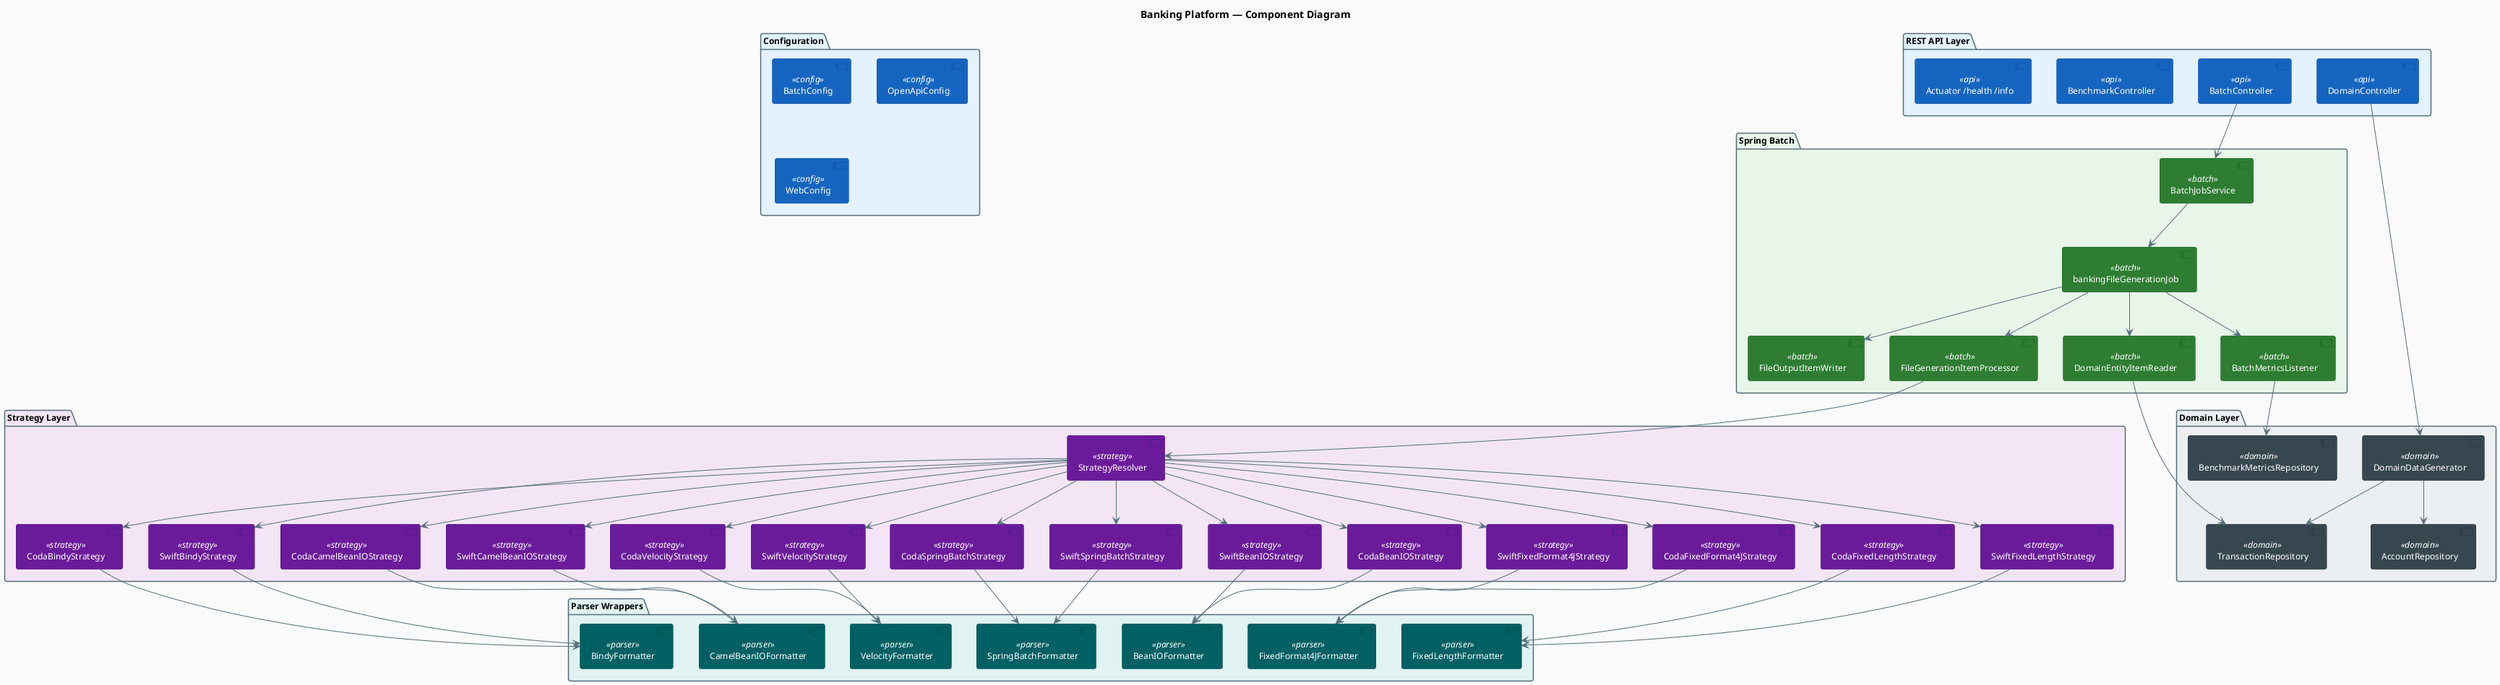
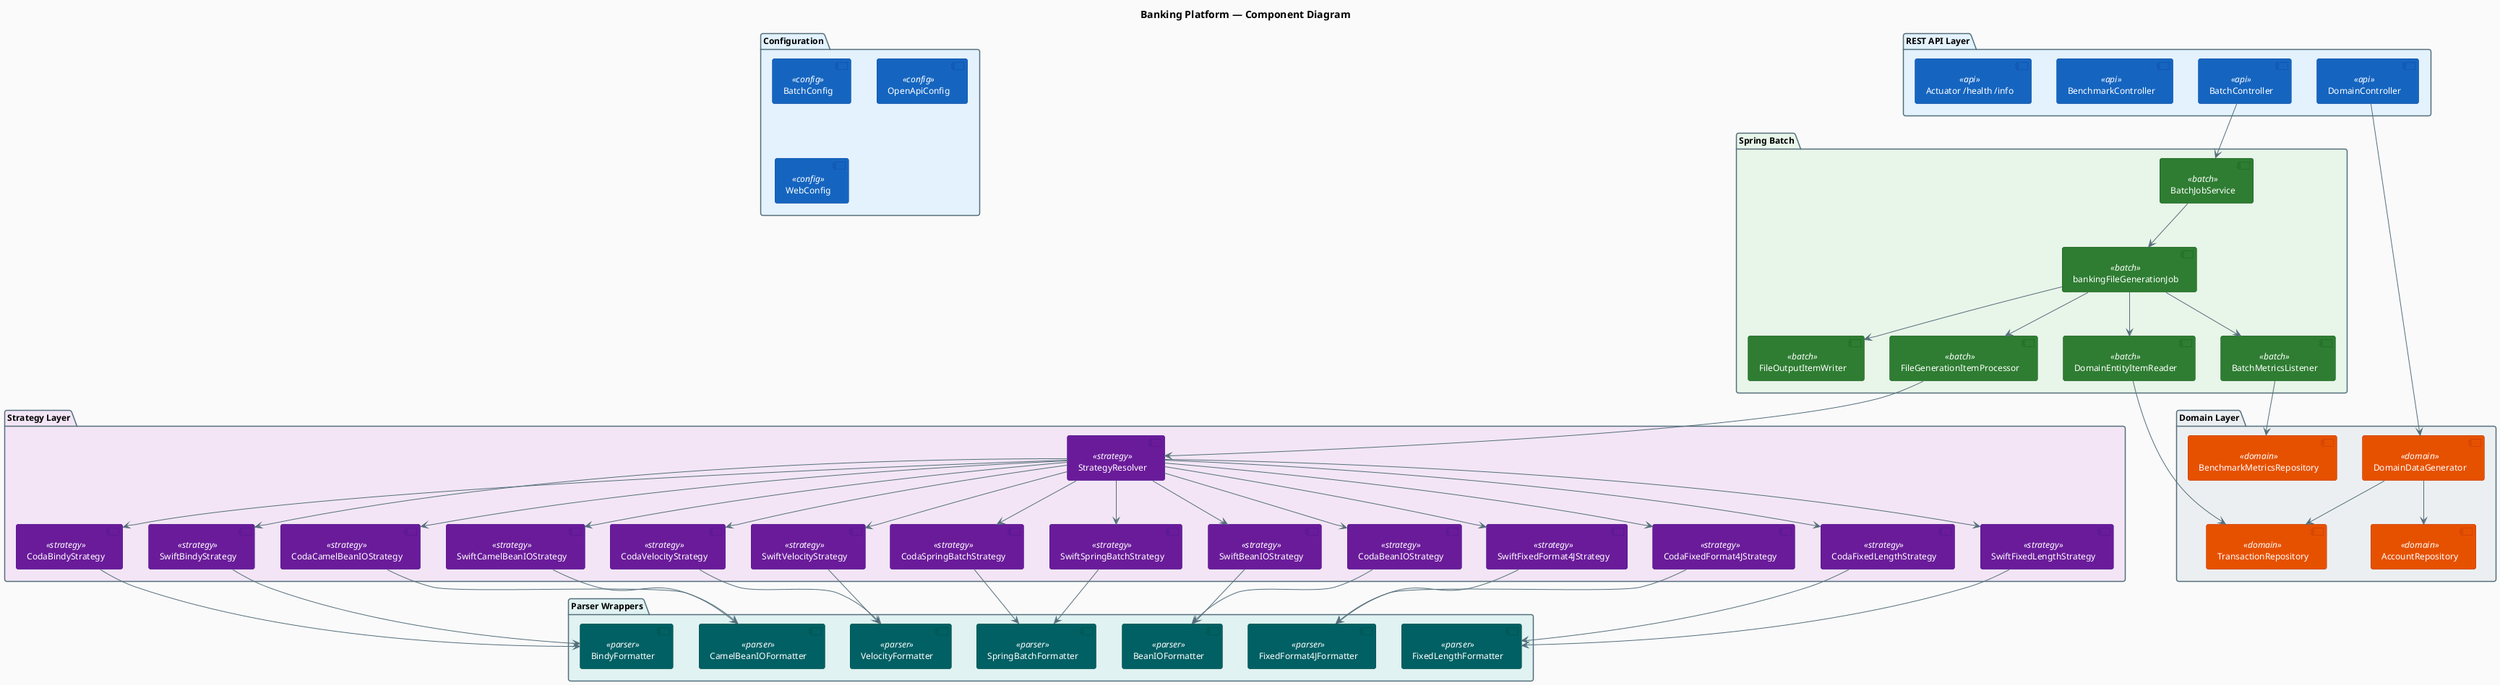
@startuml component-diagram
title Banking Platform — Component Diagram

skinparam backgroundColor #fafafa
skinparam ShadowingEnabled false
skinparam RoundCorner 6
skinparam ArrowColor #546e7a
skinparam defaultFontName Arial
skinparam defaultFontSize 12

skinparam component {
    BackgroundColor #f5f5f5
    BorderColor #546e7a
    FontColor #263238
}

skinparam component<<api>> {
    BackgroundColor #1565c0
    BorderColor #0d47a1
    FontColor #ffffff
}

skinparam component<<batch>> {
    BackgroundColor #2e7d32
    BorderColor #1b5e20
    FontColor #ffffff
}

skinparam component<<strategy>> {
    BackgroundColor #6a1b9a
    BorderColor #4a148c
    FontColor #ffffff
}

skinparam component<<parser>> {
    BackgroundColor #006064
    BorderColor #004d40
    FontColor #ffffff
}

skinparam component<<domain>> {
-     BackgroundColor #37474f
-     BorderColor #263238
+     BackgroundColor #e65100
+     BorderColor #bf360c
    FontColor #ffffff
}

skinparam component<<config>> {
    BackgroundColor #1565c0
    BorderColor #0d47a1
    FontColor #ffffff
}

skinparam packageBackgroundColor #fafafa
skinparam packageBorderColor #546e7a

package "REST API Layer" #e3f2fd {
    [DomainController] <<api>>
    [BatchController] <<api>>
    [BenchmarkController] <<api>>
    [Actuator /health /info] <<api>>
}

package "Spring Batch" #e8f5e9 {
    [BatchJobService] <<batch>>
    [bankingFileGenerationJob] <<batch>>
    [DomainEntityItemReader] <<batch>>
    [FileGenerationItemProcessor] <<batch>>
    [FileOutputItemWriter] <<batch>>
    [BatchMetricsListener] <<batch>>
}

package "Strategy Layer" #f3e5f5 {
    [StrategyResolver] <<strategy>>
    [CodaBeanIOStrategy] <<strategy>>
    [CodaFixedFormat4JStrategy] <<strategy>>
    [CodaFixedLengthStrategy] <<strategy>>
    [CodaBindyStrategy] <<strategy>>
    [CodaCamelBeanIOStrategy] <<strategy>>
    [CodaVelocityStrategy] <<strategy>>
    [CodaSpringBatchStrategy] <<strategy>>
    [SwiftBeanIOStrategy] <<strategy>>
    [SwiftFixedFormat4JStrategy] <<strategy>>
    [SwiftFixedLengthStrategy] <<strategy>>
    [SwiftBindyStrategy] <<strategy>>
    [SwiftCamelBeanIOStrategy] <<strategy>>
    [SwiftVelocityStrategy] <<strategy>>
    [SwiftSpringBatchStrategy] <<strategy>>
}

package "Parser Wrappers" #e0f2f1 {
    [BeanIOFormatter] <<parser>>
    [FixedFormat4JFormatter] <<parser>>
    [FixedLengthFormatter] <<parser>>
    [BindyFormatter] <<parser>>
    [CamelBeanIOFormatter] <<parser>>
    [VelocityFormatter] <<parser>>
    [SpringBatchFormatter] <<parser>>
}

package "Domain Layer" #eceff1 {
    [DomainDataGenerator] <<domain>>
    [AccountRepository] <<domain>>
    [TransactionRepository] <<domain>>
    [BenchmarkMetricsRepository] <<domain>>
}

package "Configuration" #e3f2fd {
    [BatchConfig] <<config>>
    [OpenApiConfig] <<config>>
    [WebConfig] <<config>>
}

[DomainController] --> [DomainDataGenerator]
[BatchController] --> [BatchJobService]
[BatchJobService] --> [bankingFileGenerationJob]
[bankingFileGenerationJob] --> [DomainEntityItemReader]
[bankingFileGenerationJob] --> [FileGenerationItemProcessor]
[bankingFileGenerationJob] --> [FileOutputItemWriter]
[bankingFileGenerationJob] --> [BatchMetricsListener]
[FileGenerationItemProcessor] --> [StrategyResolver]
[StrategyResolver] --> [CodaBeanIOStrategy]
[StrategyResolver] --> [CodaFixedFormat4JStrategy]
[StrategyResolver] --> [CodaFixedLengthStrategy]
[StrategyResolver] --> [CodaBindyStrategy]
[StrategyResolver] --> [CodaCamelBeanIOStrategy]
[StrategyResolver] --> [CodaVelocityStrategy]
[StrategyResolver] --> [CodaSpringBatchStrategy]
[StrategyResolver] --> [SwiftBeanIOStrategy]
[StrategyResolver] --> [SwiftFixedFormat4JStrategy]
[StrategyResolver] --> [SwiftFixedLengthStrategy]
[StrategyResolver] --> [SwiftBindyStrategy]
[StrategyResolver] --> [SwiftCamelBeanIOStrategy]
[StrategyResolver] --> [SwiftVelocityStrategy]
[StrategyResolver] --> [SwiftSpringBatchStrategy]
[CodaBeanIOStrategy] --> [BeanIOFormatter]
[CodaFixedFormat4JStrategy] --> [FixedFormat4JFormatter]
[CodaFixedLengthStrategy] --> [FixedLengthFormatter]
[CodaBindyStrategy] --> [BindyFormatter]
[CodaCamelBeanIOStrategy] --> [CamelBeanIOFormatter]
[CodaVelocityStrategy] --> [VelocityFormatter]
[CodaSpringBatchStrategy] --> [SpringBatchFormatter]
[SwiftBeanIOStrategy] --> [BeanIOFormatter]
[SwiftFixedFormat4JStrategy] --> [FixedFormat4JFormatter]
[SwiftFixedLengthStrategy] --> [FixedLengthFormatter]
[SwiftBindyStrategy] --> [BindyFormatter]
[SwiftCamelBeanIOStrategy] --> [CamelBeanIOFormatter]
[SwiftVelocityStrategy] --> [VelocityFormatter]
[SwiftSpringBatchStrategy] --> [SpringBatchFormatter]
[DomainEntityItemReader] --> [TransactionRepository]
[DomainDataGenerator] --> [AccountRepository]
[DomainDataGenerator] --> [TransactionRepository]
[BatchMetricsListener] --> [BenchmarkMetricsRepository]
@enduml
